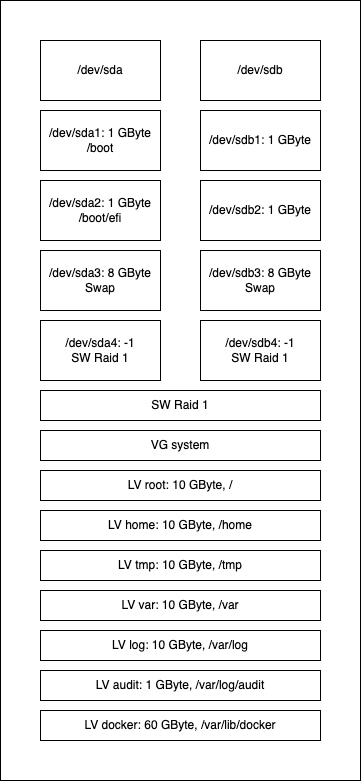
Above: assets/disklayout-1.drawio.png in osism/node-image (draw.io), before the change. Source tidied: cells renumbered, new cells last; positions are measured from the earlier drawing's top-left corner, leaving out a move shared by most shapes.
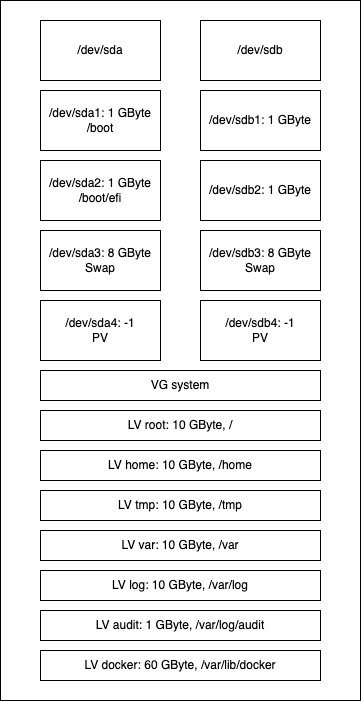
The same file after the commit.

Diff of the diagram source:
```diff
@@ -3,7 +3,7 @@
     <mxCell id="0" />
     <mxCell id="1" parent="0" />
     <mxCell id="2" style="rounded=0;whiteSpace=wrap;html=1;" parent="1" vertex="1">
-      <mxGeometry width="360" height="780" as="geometry" />
+      <mxGeometry y="20" width="360" height="700" as="geometry" />
     </mxCell>
     <mxCell id="3" value="/dev/sda" style="rounded=0;whiteSpace=wrap;html=1;" parent="1" vertex="1">
       <mxGeometry x="40" y="40" width="120" height="60" as="geometry" />
@@ -29,38 +29,35 @@
     <mxCell id="10" value="/dev/sdb3: 8 GByte&lt;br&gt;Swap" style="rounded=0;whiteSpace=wrap;html=1;" parent="1" vertex="1">
       <mxGeometry x="200" y="250" width="120" height="60" as="geometry" />
     </mxCell>
-    <mxCell id="11" value="/dev/sda4: -1&lt;br&gt;SW Raid 1" style="rounded=0;whiteSpace=wrap;html=1;" parent="1" vertex="1">
+    <mxCell id="11" value="/dev/sda4: -1&lt;br&gt;PV" style="rounded=0;whiteSpace=wrap;html=1;" parent="1" vertex="1">
       <mxGeometry x="40" y="320" width="120" height="60" as="geometry" />
     </mxCell>
-    <mxCell id="12" value="/dev/sdb4: -1&lt;br&gt;SW Raid 1" style="rounded=0;whiteSpace=wrap;html=1;" parent="1" vertex="1">
+    <mxCell id="12" value="/dev/sdb4: -1&lt;br&gt;PV" style="rounded=0;whiteSpace=wrap;html=1;" parent="1" vertex="1">
       <mxGeometry x="200" y="320" width="120" height="60" as="geometry" />
     </mxCell>
-    <mxCell id="13" value="SW Raid 1" style="rounded=0;whiteSpace=wrap;html=1;" parent="1" vertex="1">
-      <mxGeometry x="40" y="390" width="280" height="30" as="geometry" />
-    </mxCell>
     <mxCell id="14" value="VG system" style="rounded=0;whiteSpace=wrap;html=1;" parent="1" vertex="1">
-      <mxGeometry x="40" y="430" width="280" height="30" as="geometry" />
+      <mxGeometry x="40" y="390" width="280" height="30" as="geometry" />
     </mxCell>
     <mxCell id="15" value="LV root: 10 GByte, /" style="rounded=0;whiteSpace=wrap;html=1;align=center;labelPosition=center;verticalLabelPosition=middle;verticalAlign=middle;" parent="1" vertex="1">
-      <mxGeometry x="40" y="470" width="280" height="30" as="geometry" />
+      <mxGeometry x="40" y="430" width="280" height="30" as="geometry" />
     </mxCell>
     <mxCell id="16" value="LV home: 10 GByte, /home" style="rounded=0;whiteSpace=wrap;html=1;align=center;labelPosition=center;verticalLabelPosition=middle;verticalAlign=middle;" parent="1" vertex="1">
-      <mxGeometry x="40" y="510" width="280" height="30" as="geometry" />
+      <mxGeometry x="40" y="470" width="280" height="30" as="geometry" />
     </mxCell>
     <mxCell id="17" value="LV tmp: 10 GByte, /tmp" style="rounded=0;whiteSpace=wrap;html=1;align=center;labelPosition=center;verticalLabelPosition=middle;verticalAlign=middle;" parent="1" vertex="1">
-      <mxGeometry x="40" y="550" width="280" height="30" as="geometry" />
+      <mxGeometry x="40" y="510" width="280" height="30" as="geometry" />
     </mxCell>
     <mxCell id="18" value="LV var: 10 GByte, /var" style="rounded=0;whiteSpace=wrap;html=1;align=center;labelPosition=center;verticalLabelPosition=middle;verticalAlign=middle;" parent="1" vertex="1">
-      <mxGeometry x="40" y="590" width="280" height="30" as="geometry" />
+      <mxGeometry x="40" y="550" width="280" height="30" as="geometry" />
     </mxCell>
     <mxCell id="19" value="LV audit: 1 GByte, /var/log/audit" style="rounded=0;whiteSpace=wrap;html=1;align=center;labelPosition=center;verticalLabelPosition=middle;verticalAlign=middle;" parent="1" vertex="1">
-      <mxGeometry x="40" y="670" width="280" height="30" as="geometry" />
+      <mxGeometry x="40" y="630" width="280" height="30" as="geometry" />
     </mxCell>
     <mxCell id="20" value="LV docker: 60 GByte, /var/lib/docker" style="rounded=0;whiteSpace=wrap;html=1;align=center;labelPosition=center;verticalLabelPosition=middle;verticalAlign=middle;" parent="1" vertex="1">
-      <mxGeometry x="40" y="710" width="280" height="30" as="geometry" />
+      <mxGeometry x="40" y="670" width="280" height="30" as="geometry" />
     </mxCell>
     <mxCell id="21" value="LV log: 10 GByte, /var/log" style="rounded=0;whiteSpace=wrap;html=1;align=center;labelPosition=center;verticalLabelPosition=middle;verticalAlign=middle;" parent="1" vertex="1">
-      <mxGeometry x="40" y="630" width="280" height="30" as="geometry" />
+      <mxGeometry x="40" y="590" width="280" height="30" as="geometry" />
     </mxCell>
   </root>
 </mxGraphModel>
```
